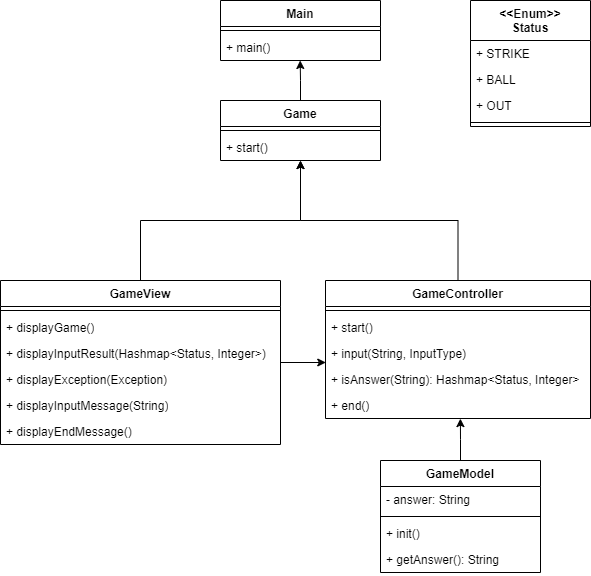
Before: read_me_img/lv1_class_diagram.png, a diagram exported from draw.io (Hae-Dal/NumberBaseball). Source tidied: cells renumbered, new cells last; positions are measured from the earlier drawing's top-left corner, leaving out a move shared by most shapes.
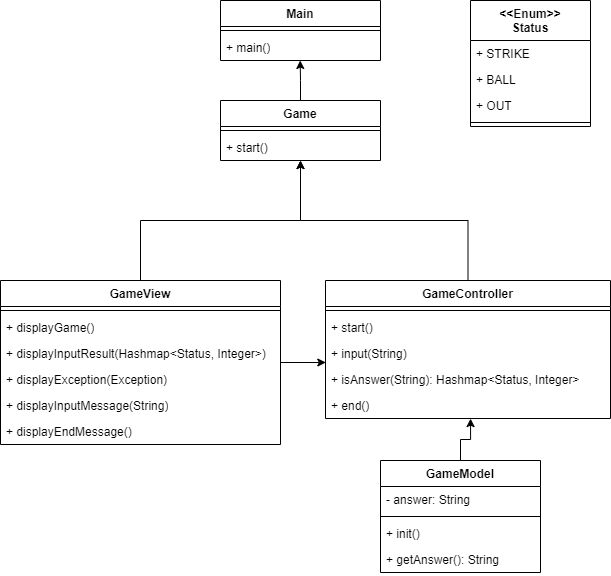
Above is the later version.

Commit message:
변경 : 클래스 다이어그램 변경

Change to the diagram source:
```diff
@@ -63,22 +63,22 @@
       <mxGeometry y="86" width="160" height="26" as="geometry" />
     </mxCell>
     <mxCell id="22" value="GameController" style="swimlane;fontStyle=1;align=center;verticalAlign=top;horizontal=1;startSize=26;whiteSpace=wrap;html=1;" parent="1" vertex="1">
-      <mxGeometry x="325" y="280" width="265" height="138" as="geometry" />
+      <mxGeometry x="325" y="280" width="285" height="138" as="geometry" />
     </mxCell>
     <mxCell id="23" style="line;strokeWidth=1;fillColor=none;align=left;verticalAlign=middle;spacingTop=-1;spacingLeft=3;spacingRight=3;labelPosition=right;strokeColor=inherit;" parent="22" vertex="1">
-      <mxGeometry y="26" width="265" height="8" as="geometry" />
+      <mxGeometry y="26" width="285" height="8" as="geometry" />
     </mxCell>
     <mxCell id="24" value="+ start()" style="text;strokeColor=none;fillColor=none;align=left;verticalAlign=top;spacingLeft=4;spacingRight=4;overflow=hidden;whiteSpace=wrap;html=1;" parent="22" vertex="1">
-      <mxGeometry y="34" width="265" height="26" as="geometry" />
+      <mxGeometry y="34" width="285" height="26" as="geometry" />
     </mxCell>
-    <mxCell id="25" value="+ input(String, InputType)" style="text;strokeColor=none;fillColor=none;align=left;verticalAlign=top;spacingLeft=4;spacingRight=4;overflow=hidden;points=[[0,0.5],[1,0.5]];portConstraint=eastwest;whiteSpace=wrap;html=1;" parent="22" vertex="1">
-      <mxGeometry y="60" width="265" height="26" as="geometry" />
+    <mxCell id="25" value="+ input(String)" style="text;strokeColor=none;fillColor=none;align=left;verticalAlign=top;spacingLeft=4;spacingRight=4;overflow=hidden;points=[[0,0.5],[1,0.5]];portConstraint=eastwest;whiteSpace=wrap;html=1;" parent="22" vertex="1">
+      <mxGeometry y="60" width="285" height="26" as="geometry" />
     </mxCell>
     <mxCell id="26" value="+ isAnswer(String): Hashmap&amp;lt;Status, Integer&amp;gt;" style="text;strokeColor=none;fillColor=none;align=left;verticalAlign=top;spacingLeft=4;spacingRight=4;overflow=hidden;whiteSpace=wrap;html=1;" parent="22" vertex="1">
-      <mxGeometry y="86" width="265" height="26" as="geometry" />
+      <mxGeometry y="86" width="285" height="26" as="geometry" />
     </mxCell>
     <mxCell id="27" value="+ end()" style="text;strokeColor=none;fillColor=none;align=left;verticalAlign=top;spacingLeft=4;spacingRight=4;overflow=hidden;points=[[0,0.5],[1,0.5]];portConstraint=eastwest;whiteSpace=wrap;html=1;" parent="22" vertex="1">
-      <mxGeometry y="112" width="265" height="26" as="geometry" />
+      <mxGeometry y="112" width="285" height="26" as="geometry" />
     </mxCell>
     <mxCell id="28" value="&amp;lt;&amp;lt;Enum&amp;gt;&amp;gt;&lt;div&gt;Status&lt;/div&gt;" style="swimlane;fontStyle=1;align=center;verticalAlign=top;horizontal=1;startSize=40;whiteSpace=wrap;html=1;" parent="1" vertex="1">
       <mxGeometry x="470" width="120" height="126" as="geometry" />
```
